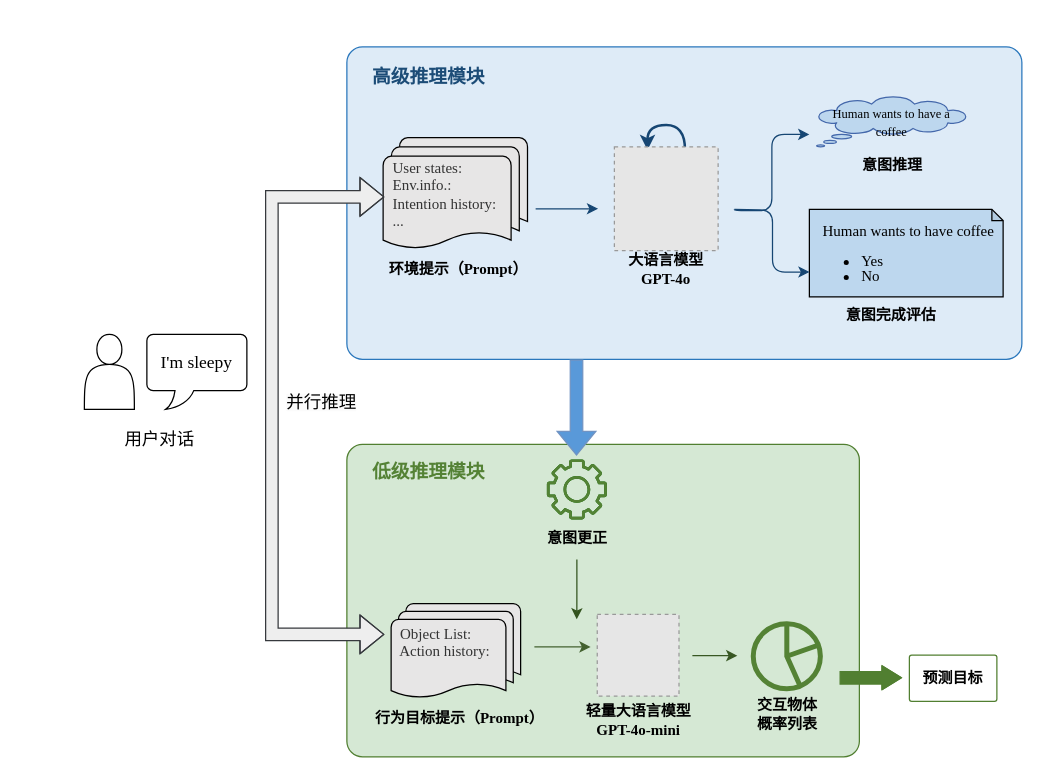
Before: 缺少迭代修正模块的框架.drawio in Rinco1018/project_test, a draw.io diagram. Source tidied: cells renumbered, new cells numbered last; positions are measured from the earlier drawing's top-left corner, leaving out a move shared by most shapes. Both pictures are drawn from the tidied source at 125%, with x=0, y=0 at pixel (21, 21). Pictures stored in the file or linked from it are replaced by grey dashed boxes.
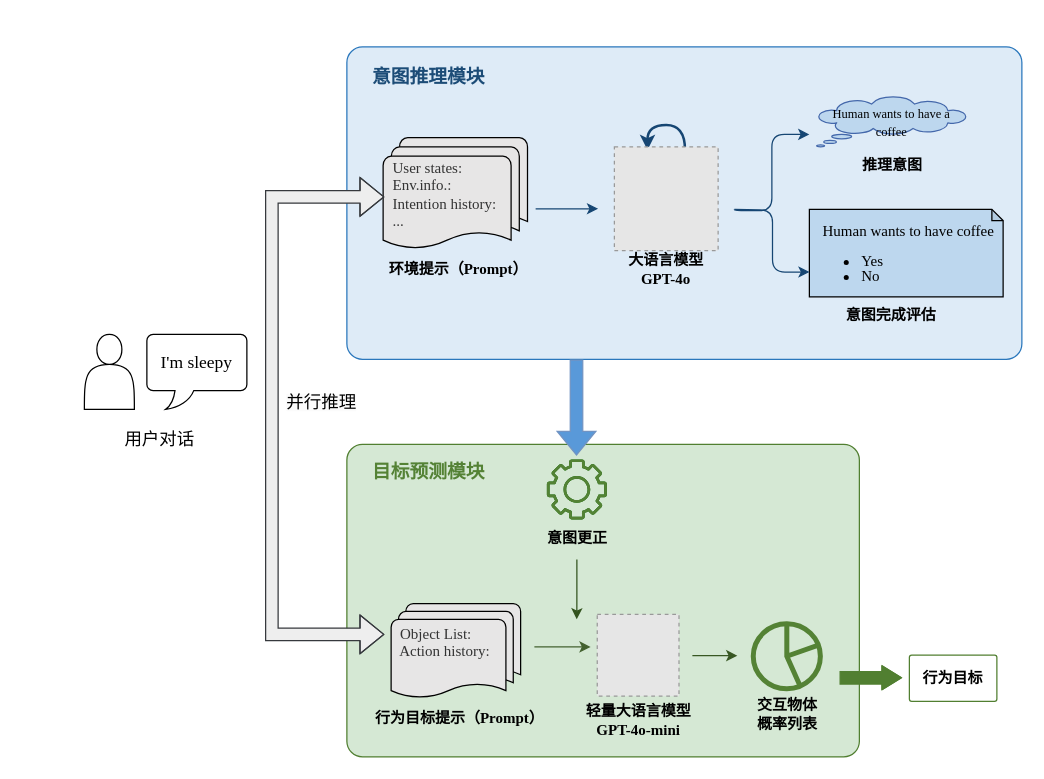
Above is the later version.

Commit message:
更新缺少迭代修正模块的框架.drawio

Unchanged cells that the change refers to:
```xml
<mxCell id="36" style="group;" parent="34" vertex="1">
  <mxGeometry x="0.8" y="-120" width="135" height="130" as="geometry" />
</mxCell>
```

Diff of the diagram source:
```diff
@@
-    <mxCell id="22" value="&lt;font style=&quot;font-size: 15px;&quot; face=&quot;Times New Roman&quot;&gt;高级推理模块&lt;/font&gt;" style="text;html=1;align=center;verticalAlign=middle;strokeColor=none;fillColor=none;fontColor=light-dark(#1c4c77, #a1cdf9);fontStyle=1;" parent="1" vertex="1">
+    <mxCell id="22" value="&lt;font style=&quot;font-size: 15px;&quot; face=&quot;Times New Roman&quot;&gt;意图推理模块&lt;/font&gt;" style="text;html=1;align=center;verticalAlign=middle;strokeColor=none;fillColor=none;fontColor=light-dark(#1c4c77, #a1cdf9);fontStyle=1;" parent="1" vertex="1">
       <mxGeometry x="270" y="28" width="110" height="30" as="geometry" />
     </mxCell>
-    <mxCell id="23" value="&lt;font style=&quot;font-size: 15px;&quot; face=&quot;Times New Roman&quot;&gt;低级推理模块&lt;/font&gt;" style="text;html=1;align=center;verticalAlign=middle;strokeColor=none;fillColor=none;fontColor=light-dark(#548235, #69c195);fontStyle=1;" parent="1" vertex="1">
+    <mxCell id="23" value="&lt;font style=&quot;font-size: 15px;&quot; face=&quot;Times New Roman&quot;&gt;目标预测模块&lt;/font&gt;" style="text;html=1;align=center;verticalAlign=middle;strokeColor=none;fillColor=none;fontColor=light-dark(#548235, #69c195);fontStyle=1;" parent="1" vertex="1">
       <mxGeometry x="270" y="344" width="110" height="30" as="geometry" />
     </mxCell>
@@
-    <mxCell id="39" value="&lt;font face=&quot;Times New Roman&quot;&gt;&lt;b&gt;意图推理&lt;/b&gt;&lt;/font&gt;" style="text;html=1;align=center;verticalAlign=middle;strokeColor=none;fillColor=none;" parent="36" vertex="1">
+    <mxCell id="39" value="&lt;font face=&quot;Times New Roman&quot;&gt;&lt;b&gt;推理意图&lt;/b&gt;&lt;/font&gt;" style="text;html=1;align=center;verticalAlign=middle;strokeColor=none;fillColor=none;" parent="36" vertex="1">
       <mxGeometry x="30" y="100" width="70" height="30" as="geometry" />
     </mxCell>
@@
-    <mxCell id="46" value="&lt;b&gt;预测目标&lt;/b&gt;" style="rounded=1;arcSize=5;whiteSpace=wrap;html=1;fillColor=none;strokeColor=light-dark(#517f31, #6d5100);" parent="1" vertex="1">
+    <mxCell id="46" value="&lt;b&gt;行为目标&lt;/b&gt;" style="rounded=1;arcSize=5;whiteSpace=wrap;html=1;fillColor=none;strokeColor=light-dark(#517f31, #6d5100);" parent="1" vertex="1">
       <mxGeometry x="710" y="506.5" width="70" height="37" as="geometry" />
     </mxCell>
```
